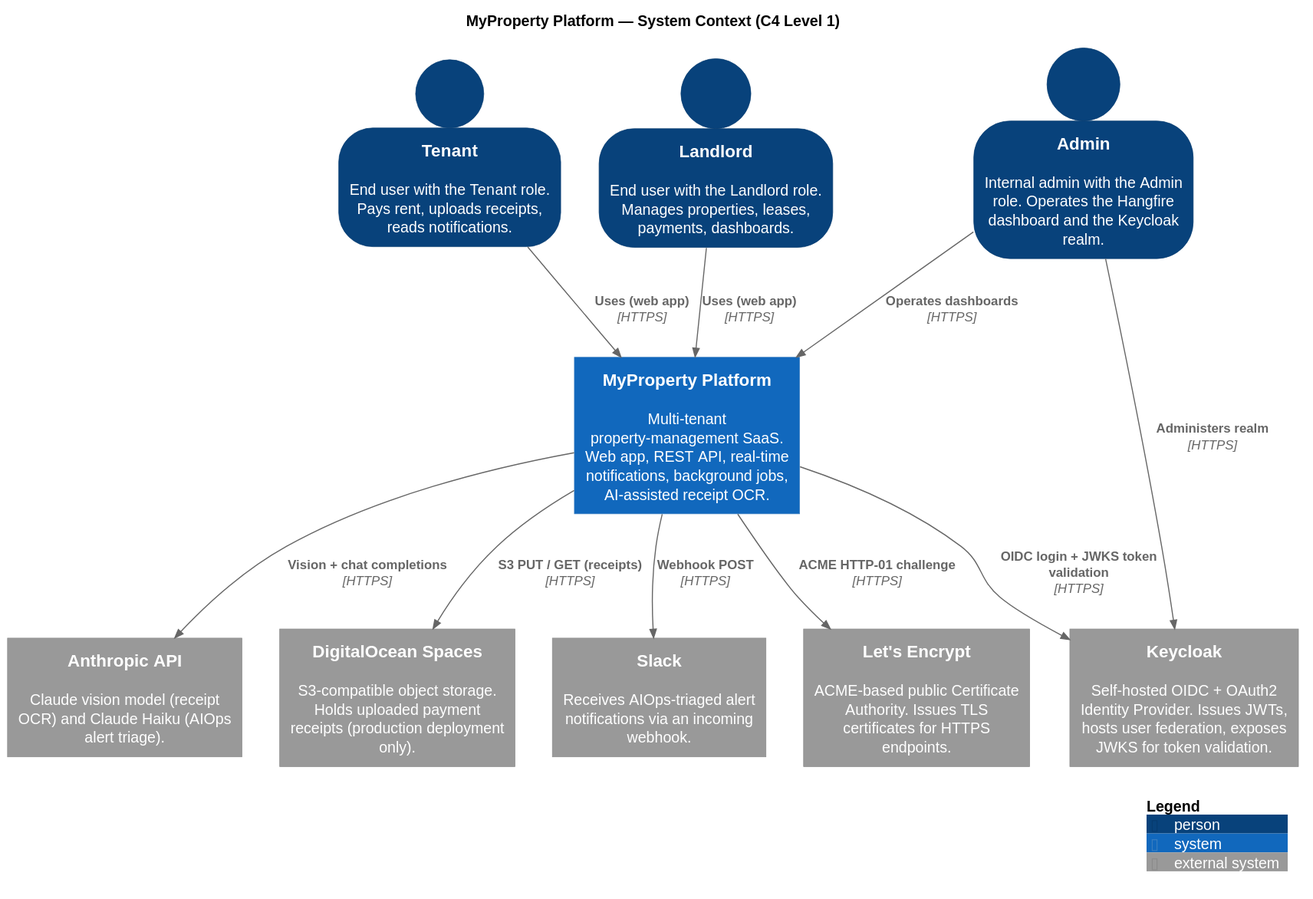
This is docs/architecture/diagrams/context.svg from LIFE-Property-Management/MyProperty, a PlantUML export, as it was before one commit. The source it was exported from:
```plantuml
@startuml
!include <C4/C4_Context>

LAYOUT_WITH_LEGEND()
SHOW_PERSON_OUTLINE()

title MyProperty Platform — System Context (C4 Level 1)

Person(tenant,   "Tenant",   "End user with the Tenant role. Pays rent, uploads receipts, reads notifications.")
Person(landlord, "Landlord", "End user with the Landlord role. Manages properties, leases, payments, dashboards.")
Person(admin,    "Admin",    "Internal admin with the Admin role. Operates the Hangfire dashboard and the Keycloak realm.")

System(myproperty, "MyProperty Platform", "Multi-tenant property-management SaaS. Web app, REST API, real-time notifications, background jobs, AI-assisted receipt OCR.")

System_Ext(keycloak,    "Keycloak",            "Self-hosted OIDC + OAuth2 Identity Provider. Issues JWTs, hosts user federation, exposes JWKS for token validation.")
System_Ext(anthropic,   "Anthropic API",       "Claude vision model (receipt OCR) and Claude Haiku (AIOps alert triage).")
System_Ext(spaces,      "DigitalOcean Spaces", "S3-compatible object storage. Holds uploaded payment receipts (production deployment only).")
System_Ext(slack,       "Slack",               "Receives AIOps-triaged alert notifications via an incoming webhook.")
System_Ext(letsencrypt, "Let's Encrypt",       "ACME-based public Certificate Authority. Issues TLS certificates for HTTPS endpoints.")

Rel(tenant,   myproperty, "Uses (web app)",      "HTTPS")
Rel(landlord, myproperty, "Uses (web app)",      "HTTPS")
Rel(admin,    myproperty, "Operates dashboards", "HTTPS")
Rel(admin,    keycloak,   "Administers realm",   "HTTPS")

Rel(myproperty, keycloak,    "OIDC login + JWKS token validation", "HTTPS")
Rel(myproperty, anthropic,   "Vision + chat completions",          "HTTPS")
Rel(myproperty, spaces,      "S3 PUT / GET (receipts)",            "HTTPS")
Rel(myproperty, slack,       "Webhook POST",                       "HTTPS")
Rel(myproperty, letsencrypt, "ACME HTTP-01 challenge",             "HTTPS")

SHOW_LEGEND()
@enduml
```
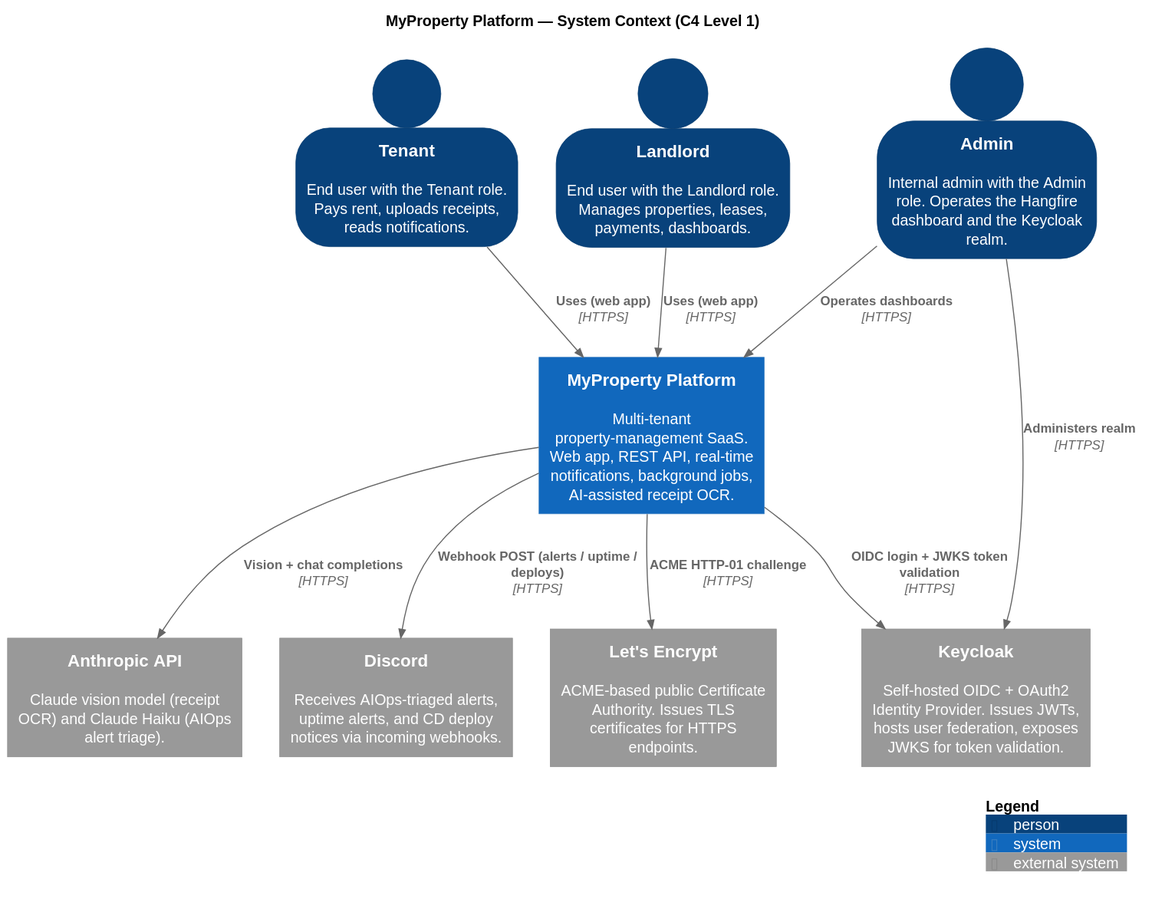
Later version of the same file.

What changed in the source:
```diff
@@ -14,8 +14,7 @@
 
 System_Ext(keycloak,    "Keycloak",            "Self-hosted OIDC + OAuth2 Identity Provider. Issues JWTs, hosts user federation, exposes JWKS for token validation.")
 System_Ext(anthropic,   "Anthropic API",       "Claude vision model (receipt OCR) and Claude Haiku (AIOps alert triage).")
-System_Ext(spaces,      "DigitalOcean Spaces", "S3-compatible object storage. Holds uploaded payment receipts (production deployment only).")
-System_Ext(slack,       "Slack",               "Receives AIOps-triaged alert notifications via an incoming webhook.")
+System_Ext(discord,     "Discord",             "Receives AIOps-triaged alerts, uptime alerts, and CD deploy notices via incoming webhooks.")
 System_Ext(letsencrypt, "Let's Encrypt",       "ACME-based public Certificate Authority. Issues TLS certificates for HTTPS endpoints.")
 
 Rel(tenant,   myproperty, "Uses (web app)",      "HTTPS")
@@ -25,8 +24,7 @@
 
 Rel(myproperty, keycloak,    "OIDC login + JWKS token validation", "HTTPS")
 Rel(myproperty, anthropic,   "Vision + chat completions",          "HTTPS")
-Rel(myproperty, spaces,      "S3 PUT / GET (receipts)",            "HTTPS")
-Rel(myproperty, slack,       "Webhook POST",                       "HTTPS")
+Rel(myproperty, discord,     "Webhook POST (alerts / uptime / deploys)", "HTTPS")
 Rel(myproperty, letsencrypt, "ACME HTTP-01 challenge",             "HTTPS")
 
 SHOW_LEGEND()
```
